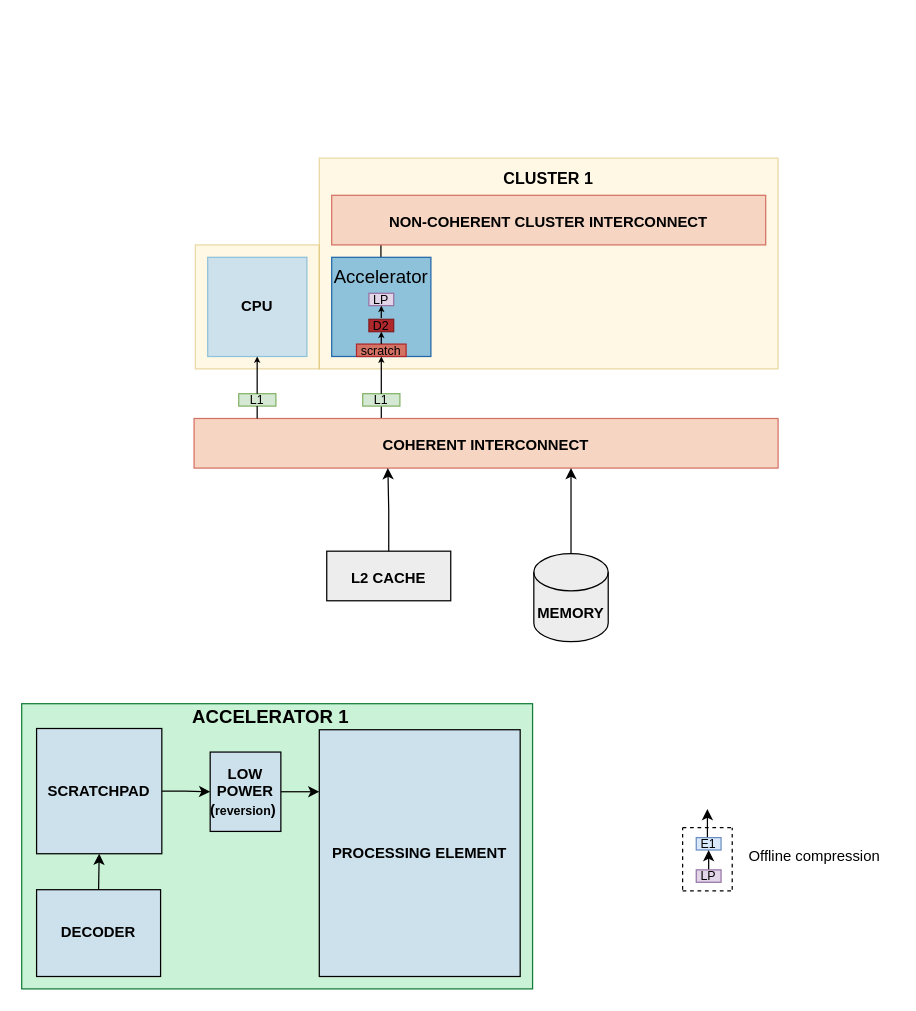
Earlier version of the draw.io diagram System architecture.drawio (Nithyarajoman/Drawio-figures). Source tidied: cells renumbered, new cells numbered last; positions are measured from the earlier drawing's top-left corner, leaving out a move shared by most shapes. Both pictures are drawn from the tidied source at 124%, with x=0, y=0 at pixel (21, 157).
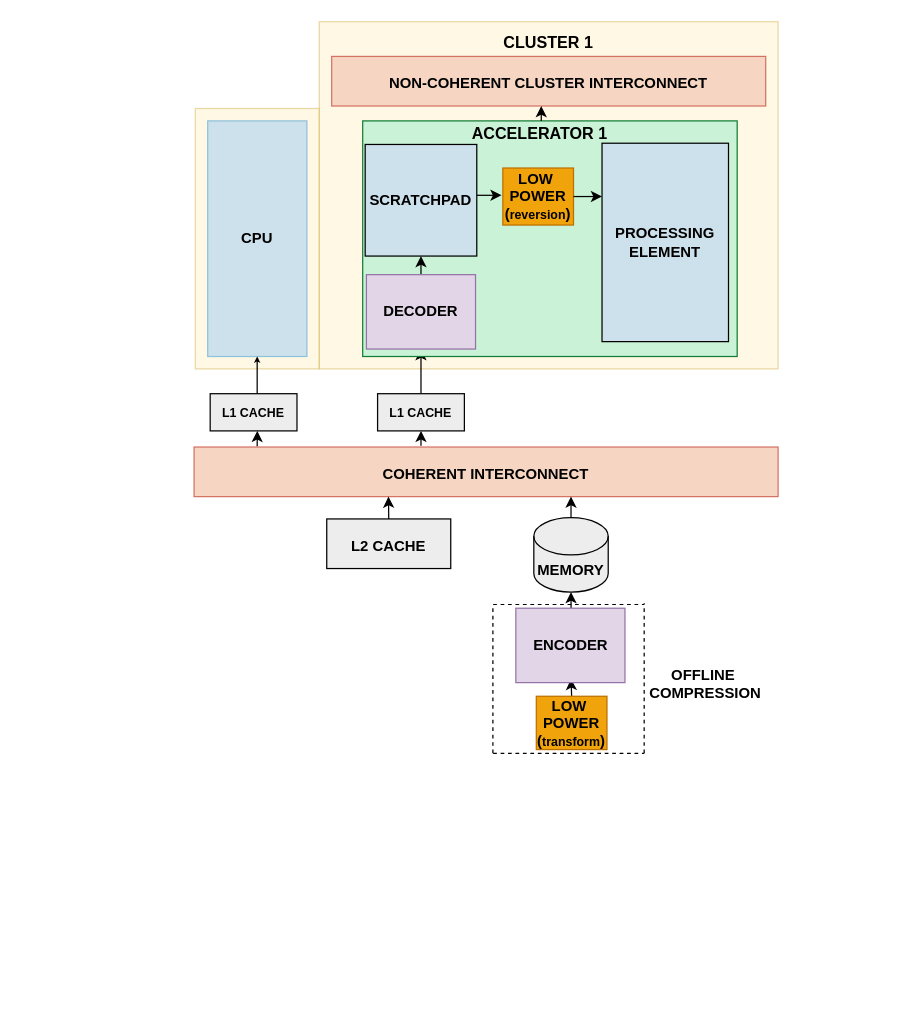
The same page after the edit.

Diff of the diagram source:
```diff
@@
     <mxCell id="2" style="rounded=0;whiteSpace=wrap;html=1;fontSize=12;opacity=50;fillColor=#fff2cc;strokeColor=#d6b656;" parent="1" vertex="1">
-      <mxGeometry x="140" y="70" width="100" height="100" as="geometry" />
+      <mxGeometry x="140" y="-40" width="100" height="210" as="geometry" />
     </mxCell>
     <mxCell id="3" style="rounded=0;whiteSpace=wrap;html=1;fontSize=12;opacity=50;fillColor=#fff2cc;strokeColor=#d6b656;" parent="1" vertex="1">
-      <mxGeometry x="240" width="370" height="170" as="geometry" />
+      <mxGeometry x="240" y="-110" width="370" height="280" as="geometry" />
     </mxCell>
     <mxCell id="4" value="&lt;font&gt;&lt;b style=&quot;&quot;&gt;CPU&lt;/b&gt;&lt;/font&gt;" style="whiteSpace=wrap;html=1;fillColor=#CDE1EC;strokeColor=#8EC1DA;" parent="1" vertex="1">
-      <mxGeometry x="150" y="80" width="80" height="80" as="geometry" />
+      <mxGeometry x="150" y="-30" width="80" height="190" as="geometry" />
     </mxCell>
-    <mxCell id="5" style="endArrow=none;html=1;entryX=0.75;entryY=1;entryDx=0;entryDy=0;fontSize=15;" parent="1" edge="1">
-      <mxGeometry relative="1" as="geometry">
-        <mxPoint x="289.7" y="80" as="sourcePoint" />
-        <mxPoint x="289.7" y="40" as="targetPoint" />
-      </mxGeometry>
-    </mxCell>
-    <mxCell id="6" value="&lt;p style=&quot;line-height: 460%; font-size: 10px;&quot;&gt;&lt;span style=&quot;font-size: 10px;&quot;&gt;L1&lt;/span&gt;&lt;/p&gt;" style="rounded=0;whiteSpace=wrap;html=1;fillColor=#d5e8d4;strokeColor=#82b366;fontSize=10;" parent="1" vertex="1">
-      <mxGeometry x="175" y="190" width="30" height="10" as="geometry" />
+    <mxCell id="6" value="&lt;p style=&quot;line-height: 460%; font-size: 10px;&quot;&gt;&lt;span style=&quot;font-size: 10px;&quot;&gt;&lt;b&gt;L1 CACHE&lt;/b&gt;&lt;/span&gt;&lt;/p&gt;" style="rounded=0;whiteSpace=wrap;html=1;fillColor=light-dark(#ededed, #1f2f1e);strokeColor=light-dark(#030303, #446e2c);fontSize=10;" parent="1" vertex="1">
+      <mxGeometry x="152" y="190" width="70" height="30" as="geometry" />
     </mxCell>
     <mxCell id="7" value="&lt;b style=&quot;&quot;&gt;&lt;font style=&quot;font-size: 12px;&quot;&gt;NON-COHERENT CLUSTER INTERCONNECT&lt;/font&gt;&lt;/b&gt;" style="rounded=0;whiteSpace=wrap;html=1;fillColor=#f6d6c2;strokeColor=#d47264;fontSize=15;" parent="1" vertex="1">
-      <mxGeometry x="250" y="30" width="350" height="40" as="geometry" />
+      <mxGeometry x="250" y="-82" width="350" height="40" as="geometry" />
     </mxCell>
-    <mxCell id="8" style="edgeStyle=orthogonalEdgeStyle;rounded=0;jettySize=auto;html=1;exitX=0.5;exitY=0;exitDx=0;exitDy=0;entryX=0.5;entryY=1;entryDx=0;entryDy=0;" parent="1" edge="1" source="21">
-      <mxGeometry relative="1" as="geometry">
-        <mxPoint x="553" y="525" as="targetPoint" />
-      </mxGeometry>
-    </mxCell>
     <mxCell id="9" value="&lt;b&gt;&lt;font style=&quot;font-size: 13px;&quot;&gt;CLUSTER 1&lt;/font&gt;&lt;/b&gt;" style="text;html=1;strokeColor=none;fillColor=none;align=center;verticalAlign=middle;whiteSpace=wrap;rounded=0;fontSize=15;opacity=50;" parent="1" vertex="1">
-      <mxGeometry x="380.2" width="89.5" height="30" as="geometry" />
+      <mxGeometry x="380.2" y="-109" width="89.5" height="30" as="geometry" />
     </mxCell>
-    <mxCell id="10" style="endArrow=none;html=1;" parent="1" edge="1">
-      <mxGeometry relative="1" as="geometry">
-        <mxPoint x="290" y="210" as="sourcePoint" />
-        <mxPoint x="290" y="200" as="targetPoint" />
-      </mxGeometry>
-    </mxCell>
-    <mxCell id="11" value="&lt;p style=&quot;line-height: 460%; font-size: 10px;&quot;&gt;&lt;span style=&quot;font-size: 10px;&quot;&gt;L1&lt;/span&gt;&lt;/p&gt;" style="rounded=0;whiteSpace=wrap;html=1;fillColor=#d5e8d4;strokeColor=#82b366;fontSize=10;" parent="1" vertex="1">
-      <mxGeometry x="275" y="190" width="30" height="10" as="geometry" />
-    </mxCell>
-    <mxCell id="12" style="whiteSpace=wrap;html=1;fillColor=#8ec1da;strokeColor=#2066a8;" parent="1" vertex="1">
-      <mxGeometry x="250" y="80" width="80" height="80" as="geometry" />
-    </mxCell>
-    <mxCell id="13" value="&lt;p style=&quot;line-height: 690%; font-size: 10px;&quot;&gt;&lt;font style=&quot;font-size: 10px;&quot;&gt;scratch&lt;/font&gt;&lt;/p&gt;" style="rounded=0;whiteSpace=wrap;html=1;strokeColor=#AE282C;fillColor=#D47264;fontSize=10;" parent="1" vertex="1">
-      <mxGeometry x="270" y="150" width="40" height="10" as="geometry" />
-    </mxCell>
-    <mxCell id="14" value="&lt;font style=&quot;font-size: 15px;&quot;&gt;Accelerator&lt;/font&gt;" style="text;html=1;strokeColor=none;fillColor=none;align=center;verticalAlign=middle;whiteSpace=wrap;rounded=0;fontSize=15;" parent="1" vertex="1">
-      <mxGeometry x="260" y="80" width="60" height="30" as="geometry" />
-    </mxCell>
-    <mxCell id="15" style="edgeStyle=none;html=1;exitX=0.75;exitY=0;exitDx=0;exitDy=0;entryX=0.5;entryY=1;entryDx=0;entryDy=0;fontSize=10;endSize=2;" parent="1" edge="1" target="13">
-      <mxGeometry relative="1" as="geometry">
-        <mxPoint x="290" y="190" as="sourcePoint" />
-      </mxGeometry>
-    </mxCell>
-    <mxCell id="16" value="&lt;p style=&quot;line-height: 100%; font-size: 10px;&quot;&gt;&lt;span style=&quot;background-color: initial; font-size: 10px;&quot;&gt;D2&lt;/span&gt;&lt;/p&gt;" style="rounded=0;whiteSpace=wrap;html=1;strokeColor=#801D20;fillColor=#AE282C;align=center;fontSize=10;" parent="1" vertex="1">
-      <mxGeometry x="280" y="130" width="20" height="10" as="geometry" />
-    </mxCell>
-    <mxCell id="17" style="edgeStyle=none;html=1;exitX=0.75;exitY=0;exitDx=0;exitDy=0;entryX=0.5;entryY=1;entryDx=0;entryDy=0;fontSize=10;endSize=2;" parent="1" edge="1" target="16">
-      <mxGeometry relative="1" as="geometry">
-        <mxPoint x="290" y="150" as="sourcePoint" />
-      </mxGeometry>
-    </mxCell>
     <mxCell id="18" value="&lt;font style=&quot;font-size: 12px;&quot;&gt;&lt;b style=&quot;&quot;&gt;L2 CACHE&lt;/b&gt;&lt;/font&gt;" style="rounded=0;whiteSpace=wrap;html=1;fontSize=15;fillColor=#EDEDED;" parent="1" vertex="1">
-      <mxGeometry x="246" y="317" width="100" height="40" as="geometry" />
+      <mxGeometry x="246" y="291" width="100" height="40" as="geometry" />
     </mxCell>
     <mxCell id="19" value="&lt;font style=&quot;font-size: 12px;&quot;&gt;&lt;b style=&quot;&quot;&gt;COHERENT INTERCONNECT&lt;/b&gt;&lt;/font&gt;" style="rounded=0;whiteSpace=wrap;html=1;fillColor=#F6D6C2;strokeColor=#D47264;fontSize=15;" parent="1" vertex="1">
-      <mxGeometry x="139" y="210" width="471" height="40" as="geometry" />
+      <mxGeometry x="139" y="233" width="471" height="40" as="geometry" />
     </mxCell>
-    <mxCell id="20" style="endArrow=none;html=1;fontSize=9;" parent="1" edge="1">
-      <mxGeometry relative="1" as="geometry">
-        <mxPoint x="189.9" y="200" as="sourcePoint" />
-        <mxPoint x="189.9" y="210" as="targetPoint" />
-      </mxGeometry>
-    </mxCell>
-    <mxCell id="21" value="&lt;p style=&quot;line-height: 100%; font-size: 10px;&quot;&gt;&lt;font style=&quot;font-size: 10px;&quot;&gt;E1&lt;/font&gt;&lt;/p&gt;" style="rounded=0;whiteSpace=wrap;html=1;strokeColor=#6c8ebf;fillColor=#dae8fc;fontSize=10;" parent="1" vertex="1">
-      <mxGeometry x="544" y="548" width="20" height="10" as="geometry" />
-    </mxCell>
-    <mxCell id="22" style="edgeStyle=orthogonalEdgeStyle;rounded=0;jettySize=auto;html=1;exitX=0.5;exitY=0;exitDx=0;exitDy=0;entryX=0.5;entryY=1;entryDx=0;entryDy=0;" parent="1" edge="1" source="23" target="21">
-      <mxGeometry relative="1" as="geometry" />
-    </mxCell>
-    <mxCell id="23" value="&lt;p style=&quot;line-height: 100%; font-size: 10px;&quot;&gt;&lt;font style=&quot;font-size: 10px;&quot;&gt;LP&lt;/font&gt;&lt;/p&gt;" style="rounded=0;whiteSpace=wrap;html=1;strokeColor=#9673a6;fillColor=#e1d5e7;fontSize=10;" parent="1" vertex="1">
-      <mxGeometry x="544" y="574" width="20" height="10" as="geometry" />
-    </mxCell>
-    <mxCell id="24" value="&lt;p style=&quot;line-height: 100%; font-size: 10px;&quot;&gt;&lt;font style=&quot;font-size: 10px;&quot;&gt;LP&lt;/font&gt;&lt;/p&gt;" style="rounded=0;whiteSpace=wrap;html=1;strokeColor=#9673a6;fillColor=#e1d5e7;fontSize=10;" parent="1" vertex="1">
-      <mxGeometry x="280" y="109" width="20" height="10" as="geometry" />
-    </mxCell>
-    <mxCell id="25" style="edgeStyle=none;html=1;exitX=0.75;exitY=0;exitDx=0;exitDy=0;entryX=0.5;entryY=1;entryDx=0;entryDy=0;fontSize=10;endSize=2;" parent="1" edge="1">
-      <mxGeometry relative="1" as="geometry">
-        <mxPoint x="290" y="129" as="sourcePoint" />
-        <mxPoint x="290" y="119" as="targetPoint" />
-      </mxGeometry>
-    </mxCell>
@@
-    <mxCell id="27" style="edgeStyle=orthogonalEdgeStyle;rounded=0;jettySize=auto;html=1;exitX=0.5;exitY=0;exitDx=0;exitDy=0;entryX=0.264;entryY=1;entryDx=0;entryDy=0;entryPerimeter=0;" parent="1" edge="1" source="18">
-      <mxGeometry relative="1" as="geometry">
-        <mxPoint x="295.3" y="250" as="targetPoint" />
-      </mxGeometry>
-    </mxCell>
-    <mxCell id="28" style="endArrow=none;dashed=1;html=1;rounded=0;" parent="1" edge="1">
-      <mxGeometry relative="1" as="geometry">
-        <mxPoint x="533" y="540" as="sourcePoint" />
-        <mxPoint x="575" y="540" as="targetPoint" />
-      </mxGeometry>
-    </mxCell>
-    <mxCell id="29" style="endArrow=none;dashed=1;html=1;rounded=0;" parent="1" edge="1">
-      <mxGeometry relative="1" as="geometry">
-        <mxPoint x="533" y="591" as="sourcePoint" />
-        <mxPoint x="573" y="591" as="targetPoint" />
-      </mxGeometry>
-    </mxCell>
-    <mxCell id="30" style="endArrow=none;dashed=1;html=1;rounded=0;" parent="1" edge="1">
-      <mxGeometry relative="1" as="geometry">
-        <mxPoint x="533" y="590" as="sourcePoint" />
-        <mxPoint x="533" y="540" as="targetPoint" />
-      </mxGeometry>
-    </mxCell>
-    <mxCell id="31" style="endArrow=none;dashed=1;html=1;rounded=0;" parent="1" edge="1">
-      <mxGeometry relative="1" as="geometry">
-        <mxPoint x="573" y="590" as="sourcePoint" />
-        <mxPoint x="573" y="540" as="targetPoint" />
-      </mxGeometry>
-    </mxCell>
-    <mxCell id="32" value="Offline compression" style="text;html=1;align=center;verticalAlign=middle;strokeColor=none;fillColor=none;" parent="1" vertex="1">
-      <mxGeometry x="574" y="548" width="130" height="30" as="geometry" />
+    <mxCell id="32" value="&lt;b&gt;OFFLINE&amp;nbsp;&lt;/b&gt;&lt;div&gt;&lt;b&gt;COMPRESSION&lt;/b&gt;&lt;/div&gt;" style="text;html=1;align=center;verticalAlign=middle;strokeColor=none;fillColor=none;" parent="1" vertex="1">
+      <mxGeometry x="496" y="404" width="110" height="40" as="geometry" />
     </mxCell>
     <mxCell id="33" value="&lt;b&gt;&lt;font&gt;MEMORY&lt;/font&gt;&lt;/b&gt;" style="shape=cylinder3;whiteSpace=wrap;html=1;boundedLbl=1;backgroundOutline=1;size=15;fillColor=light-dark(#ededed, #ededed);" parent="1" vertex="1">
-      <mxGeometry x="413" y="319" width="60" height="71" as="geometry" />
+      <mxGeometry x="413" y="290" width="60" height="60" as="geometry" />
     </mxCell>
-    <mxCell id="34" style="edgeStyle=orthogonalEdgeStyle;rounded=0;jettySize=auto;html=1;exitX=0.5;exitY=0;exitDx=0;exitDy=0;exitPerimeter=0;" parent="1" edge="1" source="33">
+    <mxCell id="34" style="edgeStyle=orthogonalEdgeStyle;rounded=0;orthogonalLoop=1;jettySize=auto;html=1;" parent="1" edge="1">
       <mxGeometry relative="1" as="geometry">
-        <mxPoint x="443" y="250" as="targetPoint" />
+        <mxPoint x="443" y="290" as="sourcePoint" />
+        <mxPoint x="443" y="273" as="targetPoint" />
       </mxGeometry>
     </mxCell>
+    <mxCell id="44" style="edgeStyle=orthogonalEdgeStyle;rounded=0;jettySize=auto;html=1;" parent="1" edge="1" source="45" target="39">
+      <mxGeometry relative="1" as="geometry" />
+    </mxCell>
+    <mxCell id="45" value="&lt;p style=&quot;line-height: 460%; font-size: 10px;&quot;&gt;&lt;span style=&quot;font-size: 10px;&quot;&gt;&lt;b&gt;L1 CACHE&lt;/b&gt;&lt;/span&gt;&lt;/p&gt;" style="rounded=0;whiteSpace=wrap;html=1;fillColor=light-dark(#ededed, #1f2f1e);strokeColor=light-dark(#030303, #446e2c);fontSize=10;" parent="1" vertex="1">
+      <mxGeometry x="287" y="190" width="70" height="30" as="geometry" />
+    </mxCell>
+    <mxCell id="46" style="edgeStyle=orthogonalEdgeStyle;rounded=0;orthogonalLoop=1;jettySize=auto;html=1;exitX=0.108;exitY=-0.015;exitDx=0;exitDy=0;exitPerimeter=0;" parent="1" edge="1">
+      <mxGeometry relative="1" as="geometry">
+        <mxPoint x="189.9" y="232.4" as="sourcePoint" />
+        <mxPoint x="190" y="220" as="targetPoint" />
+      </mxGeometry>
+    </mxCell>
+    <mxCell id="47" style="edgeStyle=orthogonalEdgeStyle;rounded=0;orthogonalLoop=1;jettySize=auto;html=1;exitX=0.108;exitY=-0.015;exitDx=0;exitDy=0;exitPerimeter=0;" parent="1" edge="1">
+      <mxGeometry relative="1" as="geometry">
+        <mxPoint x="322" y="232" as="sourcePoint" />
+        <mxPoint x="322" y="220" as="targetPoint" />
+        <Array as="points">
+          <mxPoint x="322" y="230" />
+          <mxPoint x="322" y="230" />
+        </Array>
+      </mxGeometry>
+    </mxCell>
+    <mxCell id="48" style="edgeStyle=orthogonalEdgeStyle;rounded=0;jettySize=auto;html=1;exitX=0.5;exitY=0;exitDx=0;exitDy=0;" parent="1" edge="1" source="18">
+      <mxGeometry relative="1" as="geometry">
+        <mxPoint x="295.8" y="273" as="targetPoint" />
+      </mxGeometry>
+    </mxCell>
+    <mxCell id="49" style="edgeStyle=orthogonalEdgeStyle;rounded=0;jettySize=auto;html=1;exitX=0.5;exitY=0;exitDx=0;exitDy=0;" parent="1" edge="1" source="50">
+      <mxGeometry relative="1" as="geometry">
+        <mxPoint x="443" y="420" as="targetPoint" />
+      </mxGeometry>
+    </mxCell>
+    <mxCell id="50" value="&lt;b&gt;&amp;nbsp; LOW&amp;nbsp; &amp;nbsp; &amp;nbsp;POWER&amp;nbsp; &amp;nbsp;(&lt;span style=&quot;font-size: 10px;&quot;&gt;transform&lt;/span&gt;)&amp;nbsp;&lt;/b&gt;" style="rounded=0;whiteSpace=wrap;html=1;fillColor=#f0a30a;align=center;fontColor=#000000;strokeColor=#BD7000;" parent="1" vertex="1">
+      <mxGeometry x="415" y="434" width="57" height="43" as="geometry" />
+    </mxCell>
+    <mxCell id="51" style="edgeStyle=orthogonalEdgeStyle;rounded=0;jettySize=auto;html=1;exitX=0.506;exitY=0;exitDx=0;exitDy=0;entryX=0.5;entryY=1;entryDx=0;entryDy=0;entryPerimeter=0;exitPerimeter=0;" parent="1" edge="1" source="52" target="33">
+      <mxGeometry relative="1" as="geometry" />
+    </mxCell>
+    <mxCell id="52" value="&lt;b&gt;ENCODER&lt;/b&gt;" style="whiteSpace=wrap;html=1;fillColor=#e1d5e7;strokeColor=#9673a6;" parent="1" vertex="1">
+      <mxGeometry x="398.5" y="363" width="88" height="60" as="geometry" />
+    </mxCell>
+    <mxCell id="53" style="endArrow=none;dashed=1;html=1;rounded=0;" parent="1" edge="1">
+      <mxGeometry relative="1" as="geometry">
+        <mxPoint x="380.2" y="360" as="sourcePoint" />
+        <mxPoint x="502" y="360" as="targetPoint" />
+      </mxGeometry>
+    </mxCell>
+    <mxCell id="54" style="endArrow=none;dashed=1;html=1;rounded=0;" parent="1" edge="1">
+      <mxGeometry relative="1" as="geometry">
+        <mxPoint x="380" y="480" as="sourcePoint" />
+        <mxPoint x="380" y="360" as="targetPoint" />
+      </mxGeometry>
+    </mxCell>
+    <mxCell id="55" style="endArrow=none;dashed=1;html=1;rounded=0;" parent="1" edge="1">
+      <mxGeometry relative="1" as="geometry">
+        <mxPoint x="380.2" y="480" as="sourcePoint" />
+        <mxPoint x="502" y="480" as="targetPoint" />
+      </mxGeometry>
+    </mxCell>
+    <mxCell id="56" style="endArrow=none;dashed=1;html=1;rounded=0;" parent="1" edge="1">
+      <mxGeometry relative="1" as="geometry">
+        <mxPoint x="502" y="480" as="sourcePoint" />
+        <mxPoint x="502" y="359" as="targetPoint" />
+      </mxGeometry>
+    </mxCell>
     <mxCell id="35" style="whiteSpace=wrap;html=1;strokeColor=light-dark(#127d37, #ededed);fillColor=light-dark(#caf2d6, #ededed);" parent="1" vertex="1">
-      <mxGeometry y="440" width="412" height="230" as="geometry" />
+      <mxGeometry x="275" y="-30" width="302" height="190" as="geometry" />
     </mxCell>
-    <mxCell id="36" style="edgeStyle=orthogonalEdgeStyle;rounded=0;jettySize=auto;html=1;exitX=1;exitY=0.5;exitDx=0;exitDy=0;entryX=0;entryY=0.5;entryDx=0;entryDy=0;" parent="1" edge="1" source="37" target="41">
+    <mxCell id="36" style="edgeStyle=orthogonalEdgeStyle;rounded=0;orthogonalLoop=1;jettySize=auto;html=1;" parent="1" edge="1">
       <mxGeometry relative="1" as="geometry">
+        <mxPoint x="367" y="30" as="sourcePoint" />
+        <mxPoint x="387" y="30" as="targetPoint" />
         <Array as="points">
-          <mxPoint x="132" y="511" />
-          <mxPoint x="152" y="511" />
+          <mxPoint x="367" y="30" />
+          <mxPoint x="393" y="30" />
         </Array>
       </mxGeometry>
     </mxCell>
     <mxCell id="37" value="&lt;b&gt;SCRATCHPAD&lt;/b&gt;" style="whiteSpace=wrap;html=1;fillColor=light-dark(#cde1ec, #ededed);" parent="1" vertex="1">
-      <mxGeometry x="12" y="460" width="101" height="101" as="geometry" />
+      <mxGeometry x="277" y="-11" width="90" height="90" as="geometry" />
     </mxCell>
@@
-    <mxCell id="39" value="&lt;b&gt;DECODER&lt;/b&gt;" style="whiteSpace=wrap;html=1;fillColor=light-dark(#cde1ec, #ededed);" parent="1" vertex="1">
-      <mxGeometry x="12" y="590" width="100" height="70" as="geometry" />
+    <mxCell id="39" value="&lt;b&gt;DECODER&lt;/b&gt;" style="whiteSpace=wrap;html=1;fillColor=#e1d5e7;strokeColor=#9673a6;" parent="1" vertex="1">
+      <mxGeometry x="278" y="94" width="88" height="60" as="geometry" />
     </mxCell>
-    <mxCell id="40" style="edgeStyle=orthogonalEdgeStyle;rounded=0;jettySize=auto;html=1;exitX=1;exitY=0.5;exitDx=0;exitDy=0;entryX=0;entryY=0.25;entryDx=0;entryDy=0;" parent="1" edge="1" source="41" target="42">
-      <mxGeometry relative="1" as="geometry" />
-    </mxCell>
-    <mxCell id="41" value="&lt;b&gt;LOW POWER (&lt;font style=&quot;font-size: 10px;&quot;&gt;reversion&lt;/font&gt;)&amp;nbsp;&lt;/b&gt;" style="rounded=0;whiteSpace=wrap;html=1;fillColor=light-dark(#cde1ec, #ededed);" parent="1" vertex="1">
-      <mxGeometry x="152" y="479" width="57" height="64" as="geometry" />
+    <mxCell id="41" value="&lt;b&gt;&amp;nbsp; LOW&amp;nbsp; &amp;nbsp; &amp;nbsp;POWER&amp;nbsp; &amp;nbsp;(&lt;font style=&quot;font-size: 10px;&quot;&gt;reversion&lt;/font&gt;)&amp;nbsp;&lt;/b&gt;" style="rounded=0;whiteSpace=wrap;html=1;fillColor=#f0a30a;align=center;fontColor=#000000;strokeColor=#BD7000;" parent="1" vertex="1">
+      <mxGeometry x="388" y="8" width="57" height="46" as="geometry" />
     </mxCell>
     <mxCell id="42" value="&lt;b&gt;PROCESSING ELEMENT&lt;/b&gt;" style="whiteSpace=wrap;html=1;fillColor=light-dark(#cde1ec, #ededed);" parent="1" vertex="1">
-      <mxGeometry x="240" y="461" width="162" height="199" as="geometry" />
+      <mxGeometry x="468" y="-12" width="102" height="160" as="geometry" />
     </mxCell>
-    <mxCell id="43" value="&lt;b&gt;ACCELERATOR 1&lt;/b&gt;" style="text;html=1;strokeColor=none;fillColor=none;align=center;verticalAlign=middle;whiteSpace=wrap;rounded=0;fontSize=15;" parent="1" vertex="1">
-      <mxGeometry x="136" y="435" width="130" height="30" as="geometry" />
+    <mxCell id="43" value="&lt;b&gt;&lt;font style=&quot;font-size: 13px;&quot;&gt;ACCELERATOR 1&lt;/font&gt;&lt;/b&gt;" style="text;html=1;strokeColor=none;fillColor=none;align=center;verticalAlign=middle;whiteSpace=wrap;rounded=0;fontSize=15;" parent="1" vertex="1">
+      <mxGeometry x="353" y="-36" width="130" height="30" as="geometry" />
     </mxCell>
+    <mxCell id="57" style="edgeStyle=orthogonalEdgeStyle;rounded=0;orthogonalLoop=1;jettySize=auto;html=1;exitX=0.108;exitY=-0.015;exitDx=0;exitDy=0;exitPerimeter=0;" parent="1" edge="1">
+      <mxGeometry relative="1" as="geometry">
+        <mxPoint x="419" y="-30" as="sourcePoint" />
+        <mxPoint x="419" y="-42" as="targetPoint" />
+        <Array as="points">
+          <mxPoint x="419" y="-32" />
+          <mxPoint x="419" y="-32" />
+        </Array>
+      </mxGeometry>
+    </mxCell>
+    <mxCell id="40" style="edgeStyle=orthogonalEdgeStyle;rounded=0;jettySize=auto;html=1;exitX=1;exitY=0.5;exitDx=0;exitDy=0;entryX=0;entryY=0.271;entryDx=0;entryDy=0;entryPerimeter=0;" parent="1" edge="1" source="41" target="42">
+      <mxGeometry relative="1" as="geometry" />
+    </mxCell>
```
